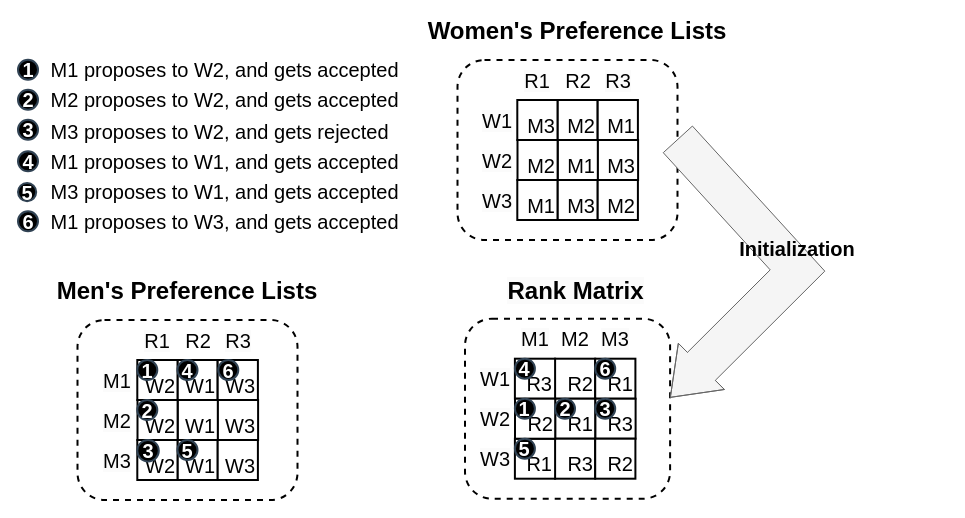
This is newGSExec.drawio from victorliu-sq/BambooSMP-Figures, a draw.io file, before an edit. Source tidied: cells renumbered, new cells numbered last; positions are measured from the earlier drawing's top-left corner, leaving out a move shared by most shapes. Both pictures are drawn from the tidied source at 100%, with x=0, y=0 at pixel (17, 21).
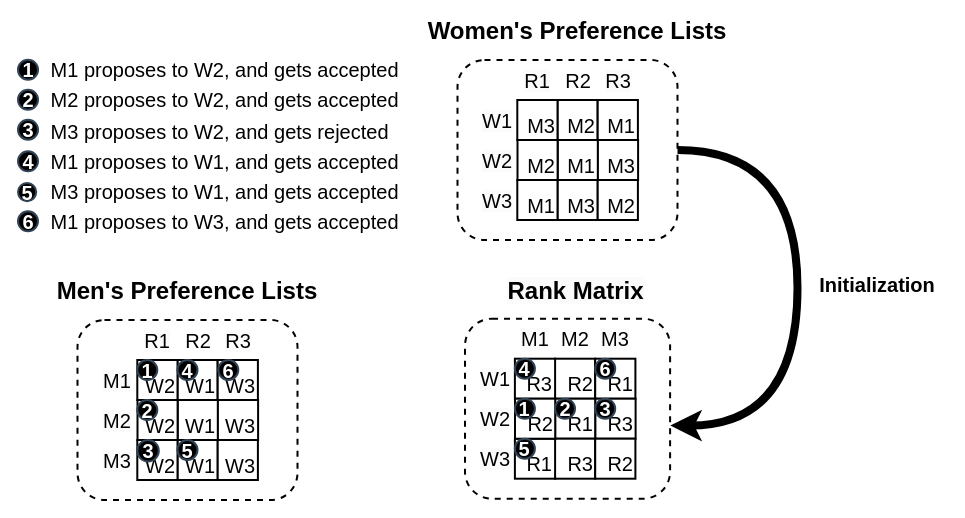
The same page after the edit.

The change refers to these unchanged cells:
```xml
<mxCell id="3" style="rounded=1;whiteSpace=wrap;html=1;strokeWidth=2;dashed=1;" parent="1" vertex="1">
  <mxGeometry x="447.5" y="297.2" width="205.1" height="180" as="geometry" />
</mxCell>
<mxCell id="60" style="rounded=1;whiteSpace=wrap;html=1;strokeWidth=2;dashed=1;" parent="1" vertex="1">
  <mxGeometry x="440" y="38.5" width="220" height="180" as="geometry" />
</mxCell>
```

Change to the diagram source:
```diff
@@
-    <mxCell id="77" style="shape=flexArrow;endArrow=classic;html=1;rounded=0;exitX=1;exitY=0.5;exitDx=0;exitDy=0;entryX=1;entryY=0.5;entryDx=0;entryDy=0;width=39.48717948717949;endSize=14.273684210526318;fillColor=#f5f5f5;strokeColor=#666666;endWidth=24.750337381916328;" parent="1" edge="1">
-      <mxGeometry relative="1" as="geometry">
-        <mxPoint x="660" y="117.5" as="sourcePoint" />
-        <mxPoint x="652.5" y="376.2" as="targetPoint" />
-        <Array as="points">
-          <mxPoint x="780" y="249" />
-        </Array>
-      </mxGeometry>
-    </mxCell>
     <mxCell id="78" value="&lt;font style=&quot;font-size: 20px;&quot;&gt;&lt;b style=&quot;font-size: 20px;&quot;&gt;Initialization&lt;/b&gt;&lt;/font&gt;" style="text;html=1;align=center;verticalAlign=middle;whiteSpace=wrap;rounded=0;fontSize=20;" parent="1" vertex="1">
-      <mxGeometry x="710" y="209.8" width="140" height="34.8" as="geometry" />
+      <mxGeometry x="790" y="245.2" width="140" height="34.8" as="geometry" />
     </mxCell>
+    <mxCell id="79" style="edgeStyle=orthogonalEdgeStyle;rounded=0;jettySize=auto;html=1;exitX=1;exitY=0.5;exitDx=0;exitDy=0;entryX=1.001;entryY=0.594;entryDx=0;entryDy=0;entryPerimeter=0;curved=1;strokeWidth=8;" parent="1" edge="1" source="60" target="3">
+      <mxGeometry relative="1" as="geometry">
+        <Array as="points">
+          <mxPoint x="780" y="128" />
+          <mxPoint x="780" y="404" />
+        </Array>
+      </mxGeometry>
+    </mxCell>
```
